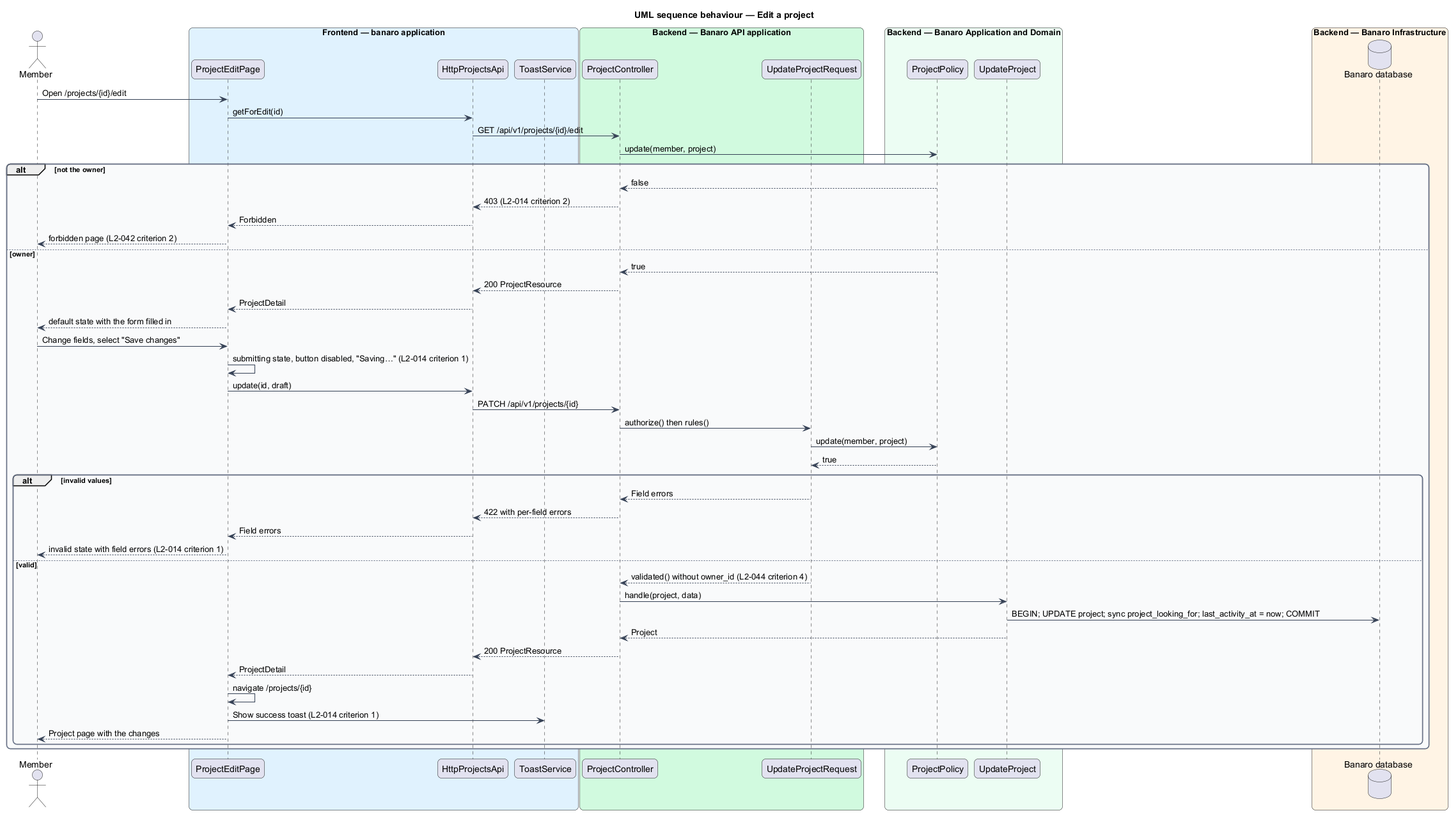
The PlantUML diagram docs/detailed-designs/projects/edit-and-delete-project/diagrams/sequence-edit-project.png in QuinntyneBrown/banaro, before a commit. Source of this version:
```plantuml
@startuml
title UML sequence behaviour — Edit a project
skinparam backgroundColor #FFFFFF
skinparam shadowing false
skinparam roundcorner 12
skinparam defaultFontName Arial
skinparam ArrowColor #344054
skinparam rectangle {
  BorderColor #344054
  FontColor #101828
}
skinparam package {
  BorderColor #667085
  FontColor #101828
  BackgroundColor #F9FAFB
}
actor "Member" as actor
box "Frontend — banaro application" #E0F2FE
  participant "ProjectEditPage" as page
  participant "HttpProjectsApi" as client
  participant "ToastService" as toast
end box
box "Backend — Banaro API application" #D1FADF
  participant "ProjectController" as controller
  participant "UpdateProjectRequest" as request
end box
box "Backend — Banaro Application and Domain" #ECFDF3
  participant "ProjectPolicy" as policy
  participant "UpdateProject" as action
end box
box "Backend — Banaro Infrastructure" #FFF4E5
  database "Banaro database" as db
end box

actor -> page : Open /projects/{id}/edit
page -> client : getForEdit(id)
client -> controller : GET /api/v1/projects/{id}/edit
controller -> policy : update(member, project)
alt not the owner
  policy --> controller : false
  controller --> client : 403 (L2-014 criterion 2)
  client --> page : Forbidden
  page --> actor : forbidden page (L2-042 criterion 2)
else owner
  policy --> controller : true
  controller --> client : 200 ProjectResource
  client --> page : ProjectDetail
  page --> actor : default state with the form filled in
  actor -> page : Change fields, select "Save changes"
  page -> page : submitting state, button disabled, "Saving…" (L2-014 criterion 1)
  page -> client : update(id, draft)
  client -> controller : PATCH /api/v1/projects/{id}
  controller -> request : authorize() then rules()
  request -> policy : update(member, project)
  policy --> request : true
  alt invalid values
    request --> controller : Field errors
    controller --> client : 422 with per-field errors
    client --> page : Field errors
    page --> actor : invalid state with field errors (L2-014 criterion 1)
  else valid
    request --> controller : validated() without owner_id (L2-044 criterion 4)
    controller -> action : handle(project, data)
    action -> db : BEGIN; UPDATE project; sync project_looking_for; last_activity_at = now; COMMIT
    action --> controller : Project
    controller --> client : 200 ProjectResource
    client --> page : ProjectDetail
    page -> page : navigate /projects/{id}
    page -> toast : Show success toast (L2-014 criterion 1)
    page --> actor : Project page with the changes
  end
end
@enduml
```
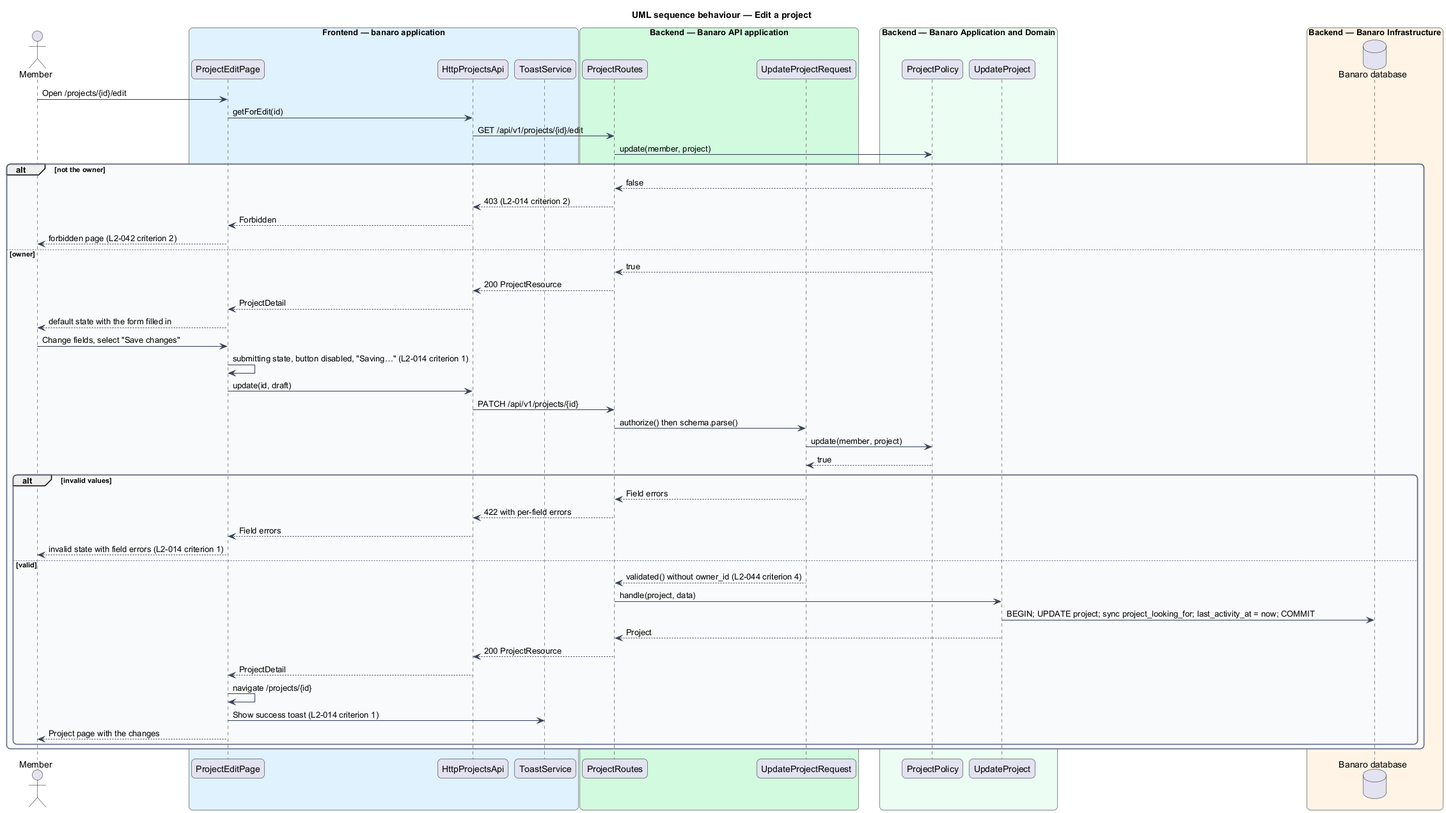
Above is the later version.

Change to the diagram source:
```diff
@@ -21,7 +21,7 @@
   participant "ToastService" as toast
 end box
 box "Backend — Banaro API application" #D1FADF
-  participant "ProjectController" as controller
+  participant "ProjectRoutes" as controller
   participant "UpdateProjectRequest" as request
 end box
 box "Backend — Banaro Application and Domain" #ECFDF3
@@ -50,7 +50,7 @@
   page -> page : submitting state, button disabled, "Saving…" (L2-014 criterion 1)
   page -> client : update(id, draft)
   client -> controller : PATCH /api/v1/projects/{id}
-  controller -> request : authorize() then rules()
+  controller -> request : authorize() then schema.parse()
   request -> policy : update(member, project)
   policy --> request : true
   alt invalid values
```
